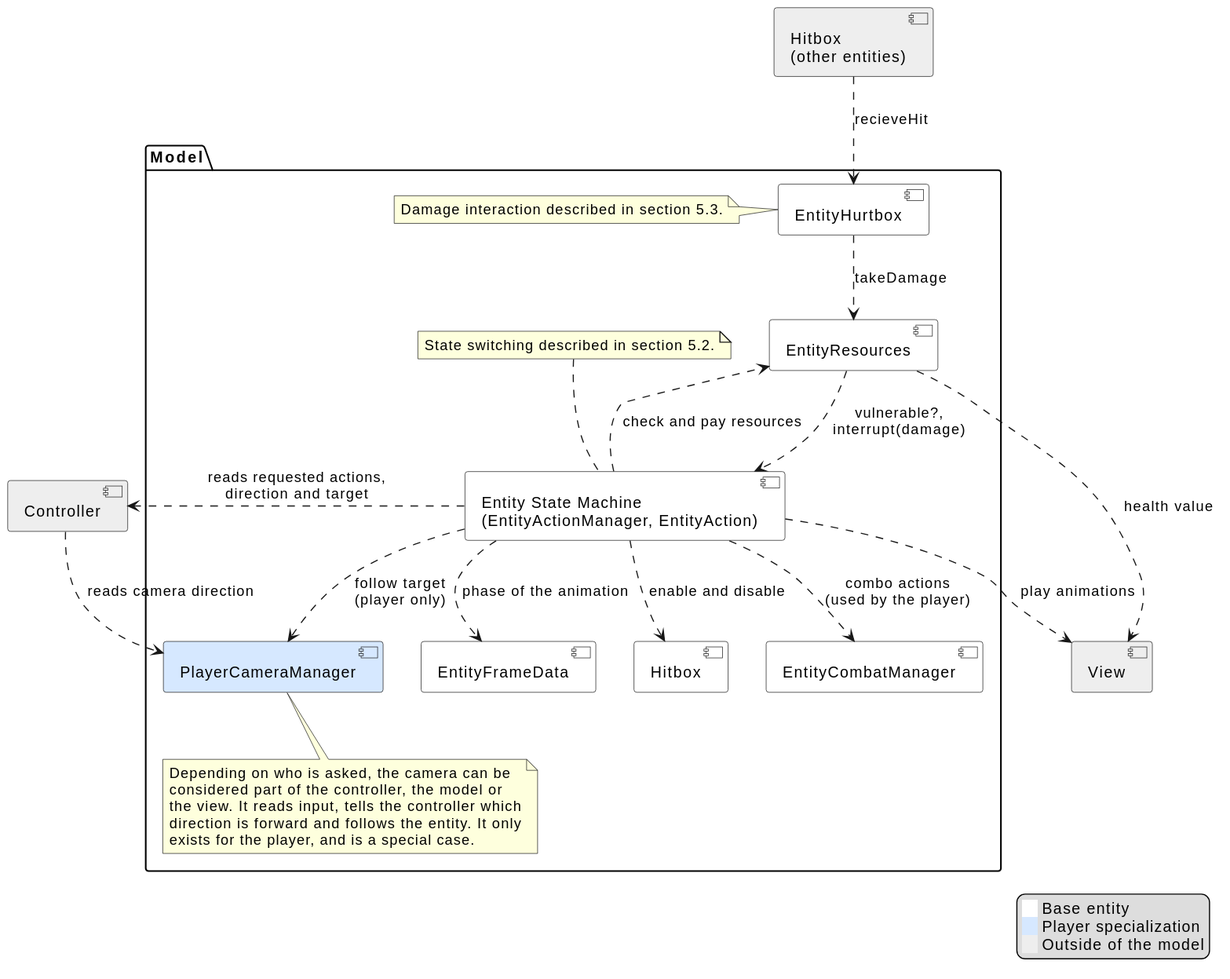
Before: Assets/EntityModel.svg, a diagram exported from PlantUML (Divine-Comedy-Studios/Project-Polearm). Source of this version:
```plantuml
@startuml


legend right
    <back:#FFFFFF>   </back> Base entity
    <back:#D6E8FF>   </back> Player specialization
    <back:#EEEEEE>   </back> Outside of the model
endlegend



component "Hitbox\n(other entities)" as OtherHitbox #EEEEEE
component "Controller" as Controller #EEEEEE
component "View" as View #EEEEEE


package "Model" {
    component "Entity State Machine\n(EntityActionManager, EntityAction)" as StateMachine #FFFFFF

    component "EntityResources" as Resources #FFFFFF
    component "EntityHurtbox" as Hurtbox #FFFFFF
    component "Hitbox" as Weapon #FFFFFF
    component "EntityCombatManager" as Combat #FFFFFF
    component "EntityFrameData" as FrameData #FFFFFF
    component "PlayerCameraManager" as Camera #D6E8FF

    note bottom of Camera
        Depending on who is asked, the camera can be
        considered part of the controller, the model or
        the view. It reads input, tells the controller which
        direction is forward and follows the entity. It only
        exists for the player, and is a special case.
    end note

    note top of StateMachine
        State switching described in section 5.2.
    end note

    note left of Hurtbox
        Damage interaction described in section 5.3.
    end note
}



OtherHitbox ..> Hurtbox : recieveHit
Controller .right.> Camera : reads camera direction



StateMachine .left.> Controller : reads requested actions,\ndirection and target
StateMachine ..> View : play animations
Resources .right.> View : health value



StateMachine ..> Resources : check and pay resources
StateMachine ..> Weapon : enable and disable
StateMachine ..> Combat : combo actions\n(used by the player)
StateMachine ..> FrameData : phase of the animation
StateMachine ..> Camera : follow target\n(player only)



Hurtbox ..> Resources : takeDamage
Resources ..> StateMachine : vulnerable?,\ninterrupt(damage)
@enduml
```
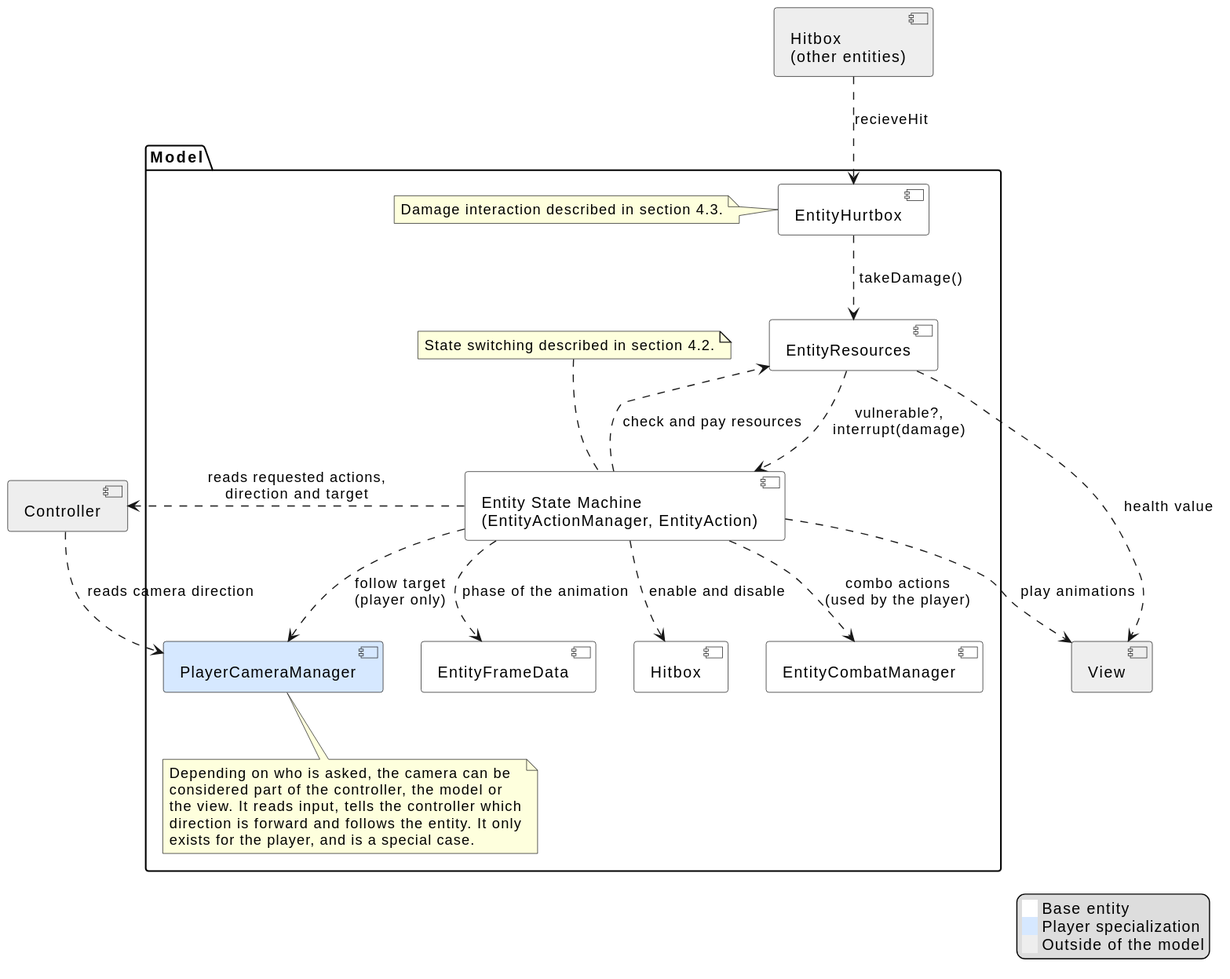
Later version of the same file.

What changed in the source:
```diff
@@ -33,11 +33,11 @@
     end note
 
     note top of StateMachine
-        State switching described in section 5.2.
+        State switching described in section 4.2.
     end note
 
     note left of Hurtbox
-        Damage interaction described in section 5.3.
+        Damage interaction described in section 4.3.
     end note
 }
 
@@ -62,6 +62,6 @@
 
 
 
-Hurtbox ..> Resources : takeDamage
+Hurtbox ..> Resources : " takeDamage()"
 Resources ..> StateMachine : vulnerable?,\ninterrupt(damage)
 @enduml
```
